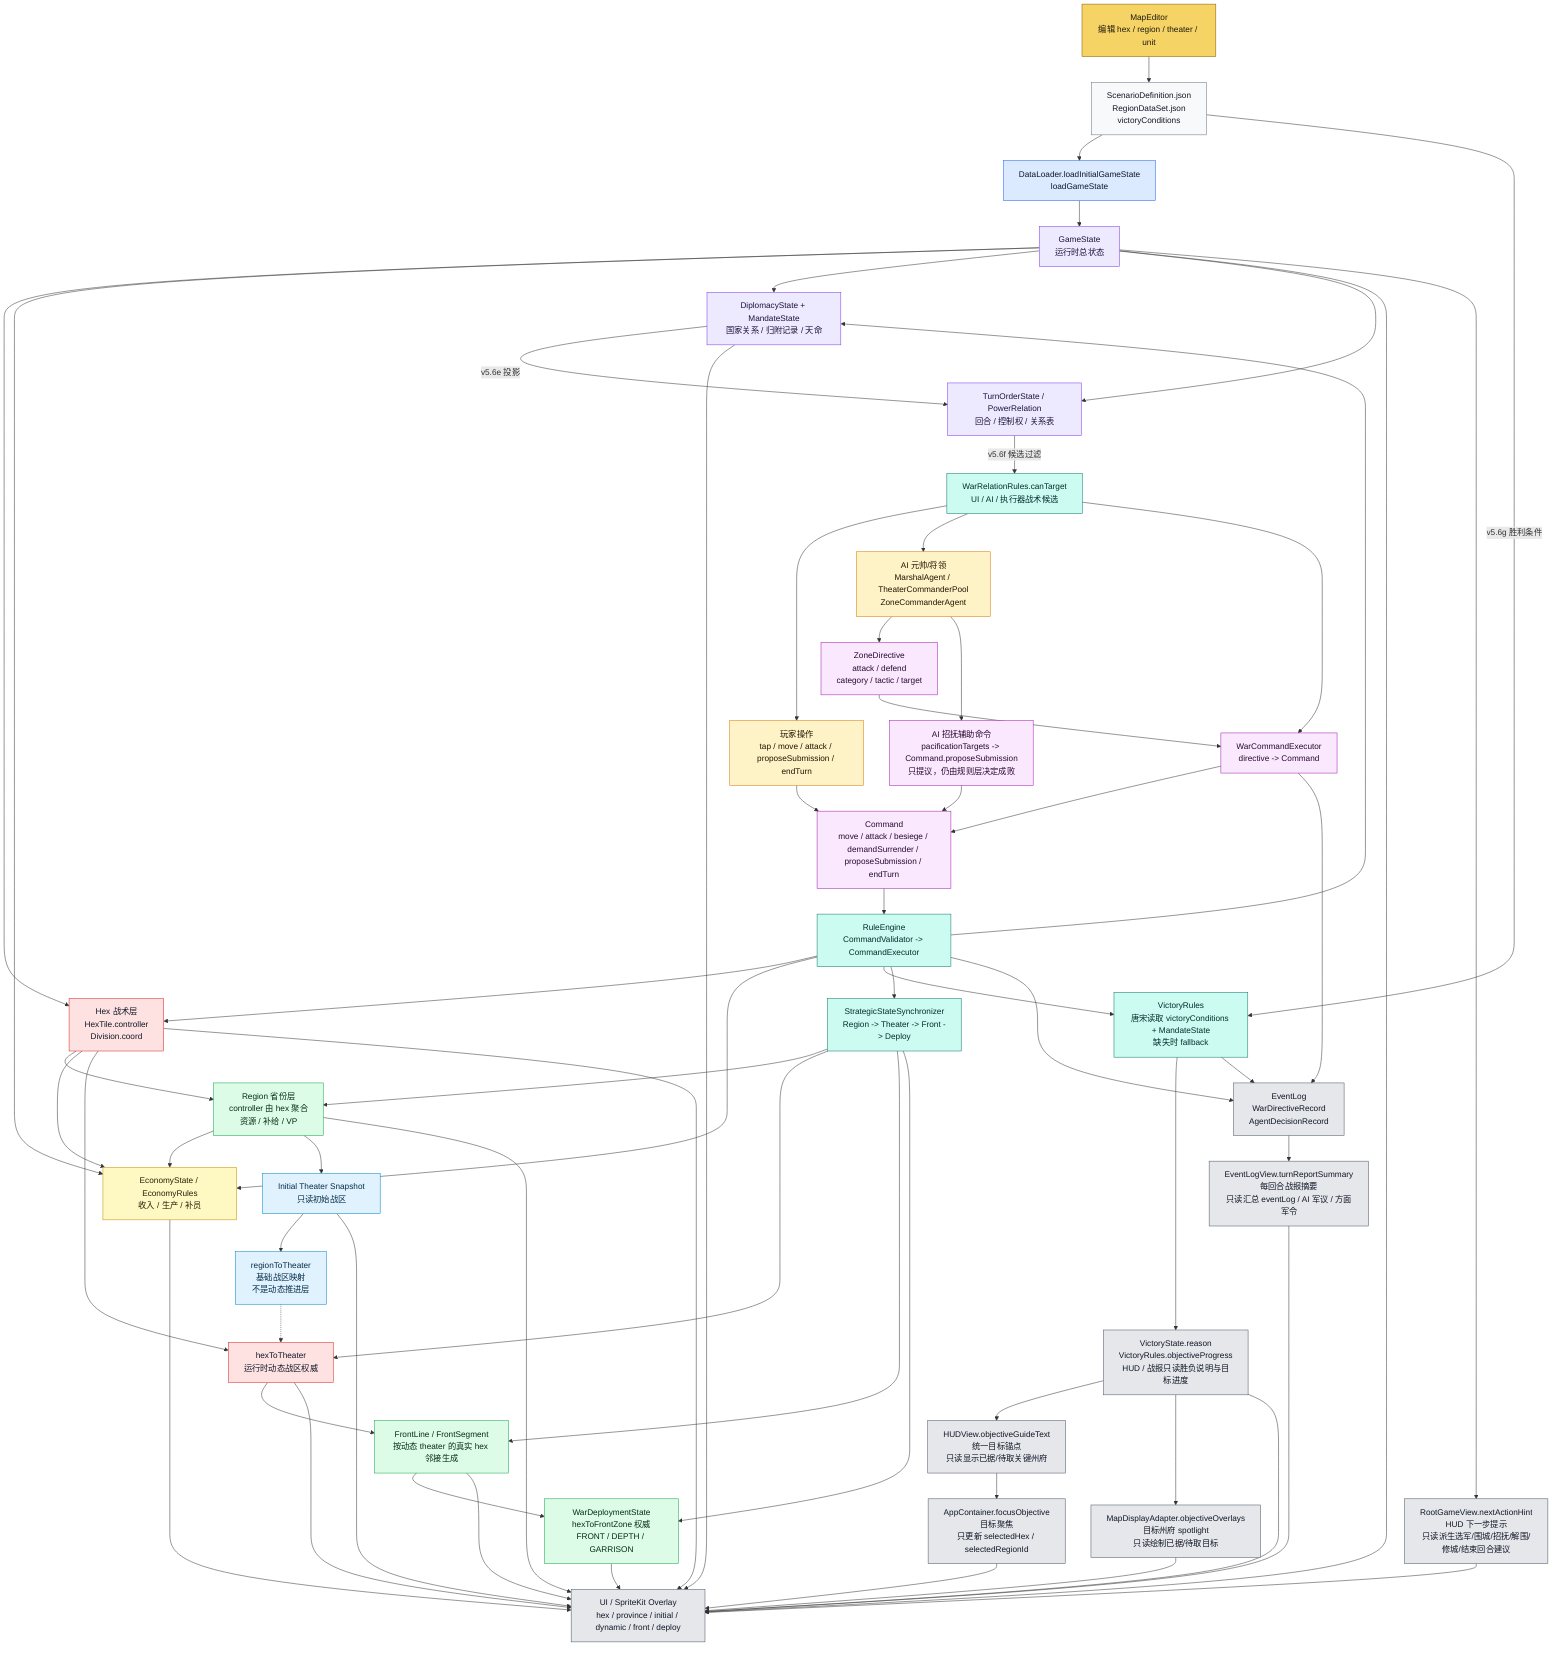
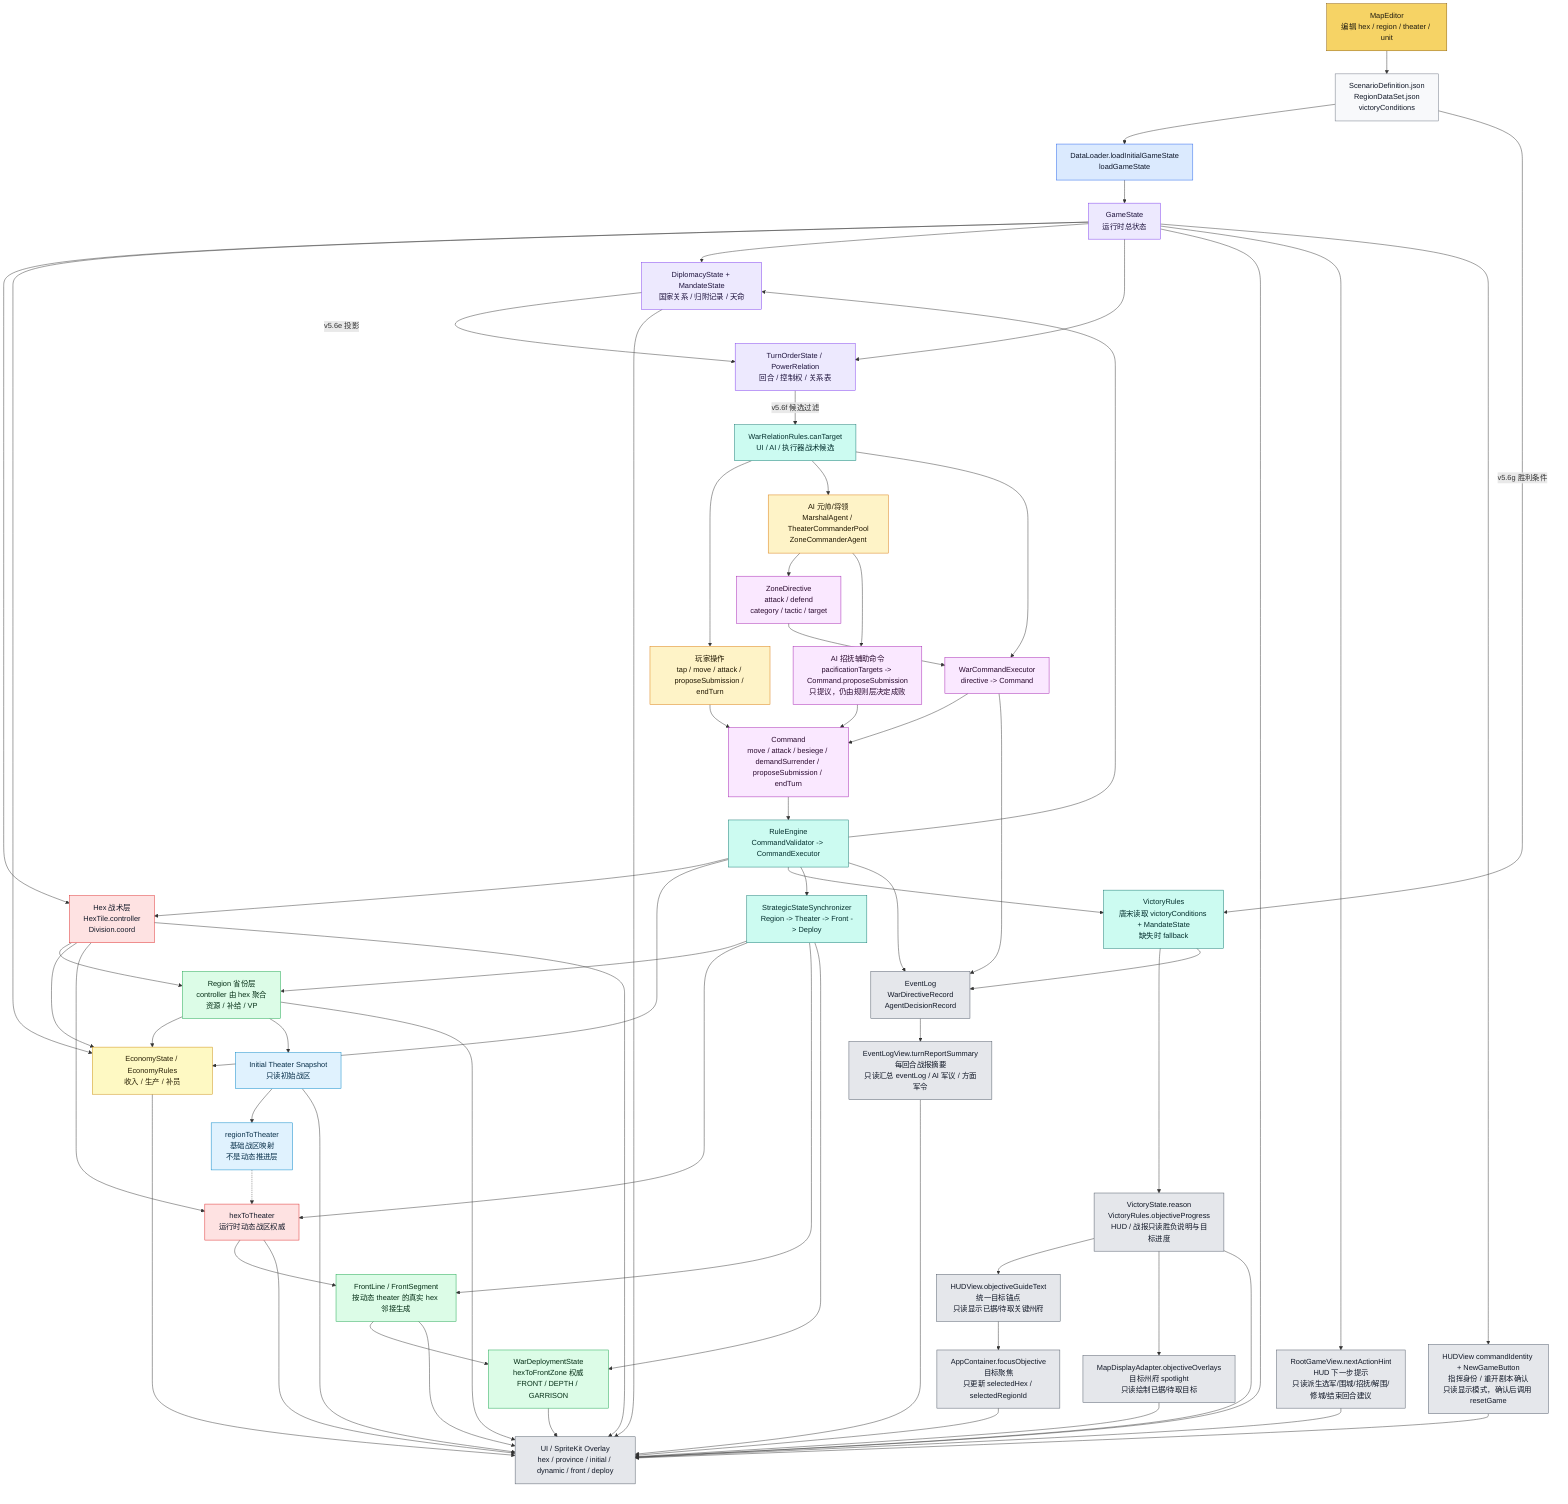
flowchart TD
    ME["MapEditor<br/>编辑 hex / region / theater / unit"]:::editor
    JSON["ScenarioDefinition.json<br/>RegionDataSet.json<br/>victoryConditions"]:::data
    DL["DataLoader.loadInitialGameState<br/>loadGameState"]:::loader
    GS["GameState<br/>运行时总状态"]:::state

    HEX["Hex 战术层<br/>HexTile.controller<br/>Division.coord"]:::authority
    REGION["Region 省份层<br/>controller 由 hex 聚合<br/>资源 / 补给 / VP"]:::derived
    INIT["Initial Theater Snapshot<br/>只读初始战区"]:::snapshot
    R2T["regionToTheater<br/>基础战区映射<br/>不是动态推进层"]:::snapshot
    H2T["hexToTheater<br/>运行时动态战区权威"]:::authority
    FRONT["FrontLine / FrontSegment<br/>按动态 theater 的真实 hex 邻接生成"]:::derived
    DEPLOY["WarDeploymentState<br/>hexToFrontZone 权威<br/>FRONT / DEPTH / GARRISON"]:::derived
    ECO["EconomyState / EconomyRules<br/>收入 / 生产 / 补员"]:::economy
    DIP["DiplomacyState + MandateState<br/>国家关系 / 归附记录 / 天命"]:::state
    TURN["TurnOrderState / PowerRelation<br/>回合 / 控制权 / 关系表"]:::state
    RELCAND["WarRelationRules.canTarget<br/>UI / AI / 执行器战术候选"]:::rules
    VICT["VictoryRules<br/>唐宋读取 victoryConditions + MandateState<br/>缺失时 fallback"]:::rules
    VICTEXT["VictoryState.reason<br/>VictoryRules.objectiveProgress<br/>HUD / 战报只读胜负说明与目标进度"]:::ui
    GOAL["HUDView.objectiveGuideText<br/>统一目标锚点<br/>只读显示已据/待取关键州府"]:::ui
    FOCUS["AppContainer.focusObjective<br/>目标聚焦<br/>只更新 selectedHex / selectedRegionId"]:::ui
    SPOTLIGHT["MapDisplayAdapter.objectiveOverlays<br/>目标州府 spotlight<br/>只读绘制已据/待取目标"]:::ui
    TURNREPORT["EventLogView.turnReportSummary<br/>每回合战报摘要<br/>只读汇总 eventLog / AI 军议 / 方面军令"]:::ui
+     SESSIONHUD["HUDView commandIdentity + NewGameButton<br/>指挥身份 / 重开剧本确认<br/>只读显示模式，确认后调用 resetGame"]:::ui
    HINT["RootGameView.nextActionHint<br/>HUD 下一步提示<br/>只读派生选军/围城/招抚/解围/修城/结束回合建议"]:::ui

    PLAYER["玩家操作<br/>tap / move / attack / proposeSubmission / endTurn"]:::input
    AI["AI 元帅/将领<br/>MarshalAgent / TheaterCommanderPool<br/>ZoneCommanderAgent"]:::input
    AIPAC["AI 招抚辅助命令<br/>pacificationTargets -> Command.proposeSubmission<br/>只提议，仍由规则层决定成败"]:::command
    ZD["ZoneDirective<br/>attack / defend<br/>category / tactic / target"]:::command
    WCE["WarCommandExecutor<br/>directive -> Command"]:::command
    CMD["Command<br/>move / attack / besiege / demandSurrender / proposeSubmission / endTurn"]:::command
    RE["RuleEngine<br/>CommandValidator -> CommandExecutor"]:::rules
    SYNC["StrategicStateSynchronizer<br/>Region -> Theater -> Front -> Deploy"]:::rules

    UI["UI / SpriteKit Overlay<br/>hex / province / initial / dynamic / front / deploy"]:::ui
    LOG["EventLog<br/>WarDirectiveRecord<br/>AgentDecisionRecord"]:::ui

    ME --> JSON --> DL --> GS
    GS --> HEX
    HEX --> REGION
    HEX --> ECO
    REGION --> ECO
    REGION --> INIT
    INIT --> R2T
    R2T -.-> H2T
    HEX --> H2T
    H2T --> FRONT --> DEPLOY
    GS --> ECO
    GS --> DIP
    GS --> TURN
    DIP -->|v5.6e 投影| TURN
    TURN -->|v5.6f 候选过滤| RELCAND
    JSON -->|v5.6g 胜利条件| VICT

    PLAYER --> CMD
    RELCAND --> PLAYER
    RELCAND --> AI
    RELCAND --> WCE
    AI --> ZD --> WCE --> CMD
    AI --> AIPAC --> CMD
    CMD --> RE --> HEX
    RE --> ECO
    RE --> DIP
    RE --> VICT
    RE --> SYNC
    SYNC --> REGION
    SYNC --> H2T
    SYNC --> FRONT
    SYNC --> DEPLOY

    GS --> UI
    GS --> HINT --> UI
+     GS --> SESSIONHUD --> UI
    VICTEXT --> GOAL --> FOCUS --> UI
    VICTEXT --> SPOTLIGHT --> UI
    HEX --> UI
    REGION --> UI
    INIT --> UI
    H2T --> UI
    FRONT --> UI
    DEPLOY --> UI
    ECO --> UI
    DIP --> UI
    VICT --> VICTEXT --> UI
    RE --> LOG
    VICT --> LOG
    WCE --> LOG
    LOG --> TURNREPORT --> UI

    classDef editor fill:#f6d365,stroke:#8a5a00,color:#1f1b10
    classDef data fill:#f8f9fb,stroke:#6b7280,color:#111827
    classDef loader fill:#dbeafe,stroke:#2563eb,color:#0f172a
    classDef state fill:#ede9fe,stroke:#7c3aed,color:#1f143d
    classDef authority fill:#fee2e2,stroke:#dc2626,color:#111827
    classDef derived fill:#dcfce7,stroke:#16a34a,color:#052e16
    classDef snapshot fill:#e0f2fe,stroke:#0284c7,color:#082f49
    classDef input fill:#fef3c7,stroke:#d97706,color:#1f1600
    classDef economy fill:#fef9c3,stroke:#ca8a04,color:#292107
    classDef command fill:#fae8ff,stroke:#a21caf,color:#2a0a2f
    classDef rules fill:#ccfbf1,stroke:#0f766e,color:#042f2e
    classDef ui fill:#e5e7eb,stroke:#4b5563,color:#111827
